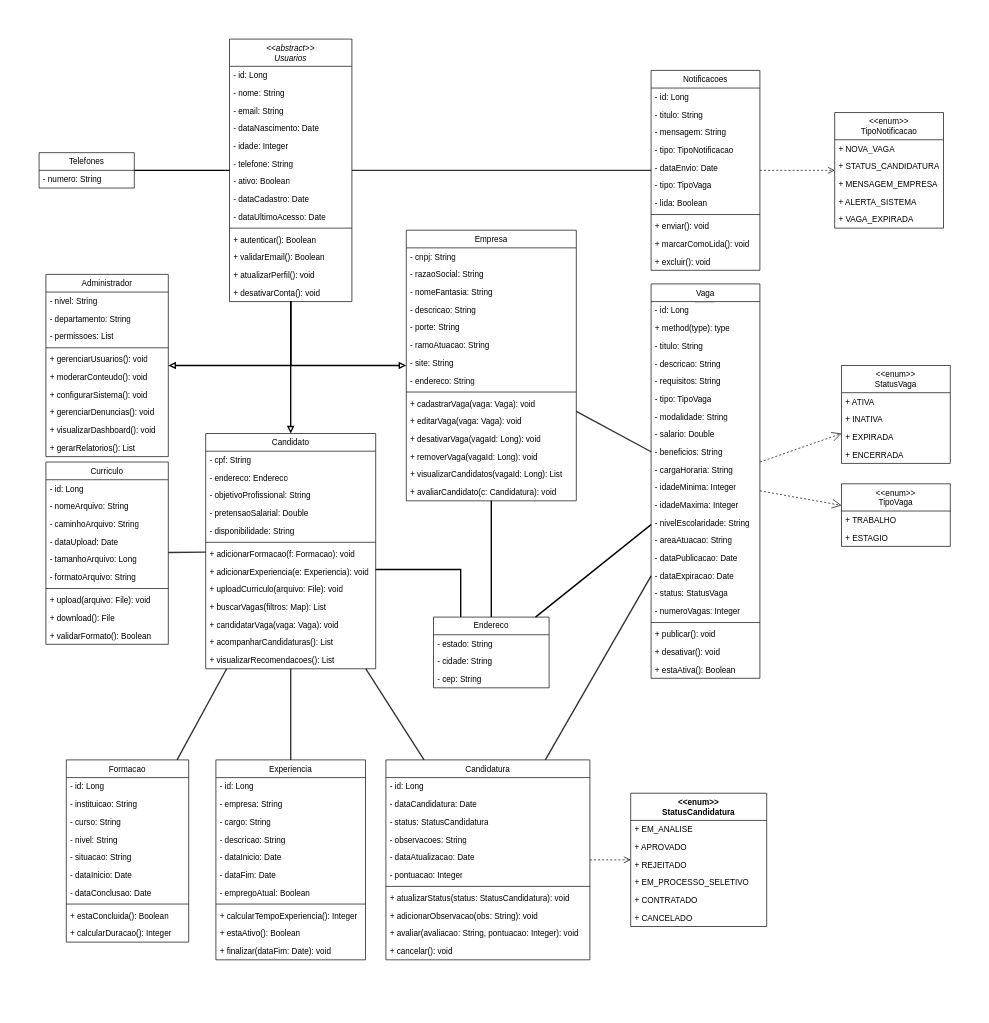
MatchVagas/Documentation keeps this draw.io diagram as Diagramas/Diagrama de Classes/Diagrama de Classe.dio. Above is the earlier version. Source tidied: cells renumbered, new cells numbered last; positions are measured from the earlier drawing's top-left corner, leaving out a move shared by most shapes. Both pictures are drawn from the tidied source at 68%, with x=0, y=0 at pixel (39, 39).
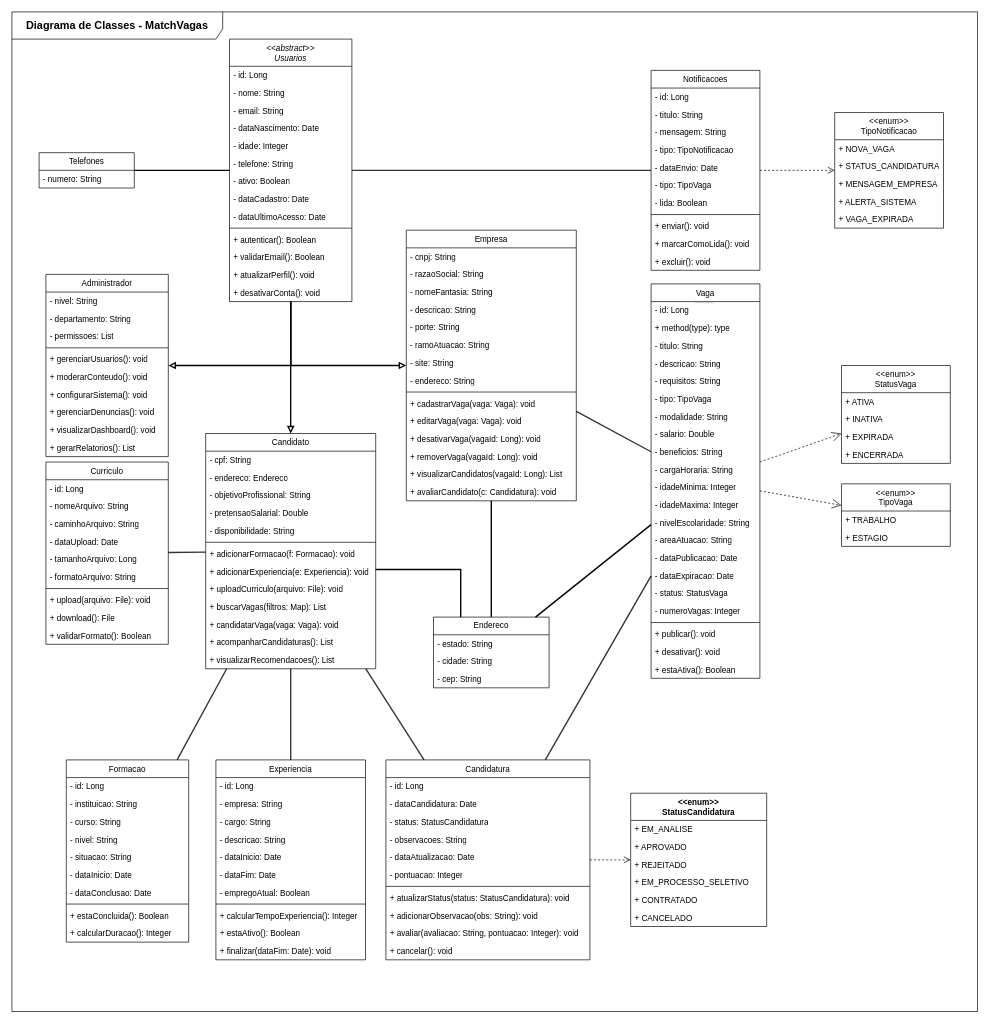
The same page after the edit.

Commit message (it also covers changes not shown here):
Atualização do Documento de Arquitetura e Diagrama de Classes

The edit, as a diff of the source:
```diff
@@
+    <mxCell id="184" value="&lt;font style=&quot;font-size: 16px;&quot;&gt;&lt;b&gt;Diagrama de Classes - MatchVagas&lt;/b&gt;&lt;/font&gt;" style="shape=umlFrame;whiteSpace=wrap;html=1;width=310;gradientColor=none;fillColor=#FFFFFF;swimlaneFillColor=default;height=40;" parent="1" vertex="1">
+      <mxGeometry x="-40" y="-40" width="1420" height="1470" as="geometry" />
+    </mxCell>
```
